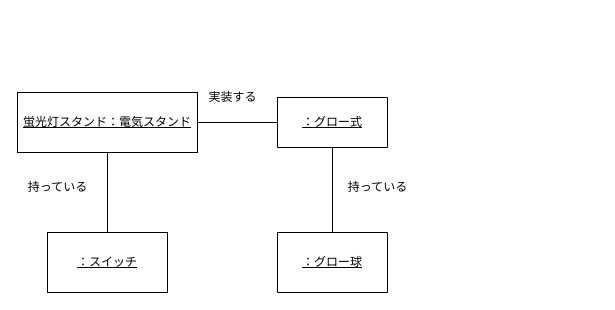
This is page "ページ2" (2 of 2) of Lesson09/Lesson9.drawio from ucsaeki/UML_chonyumon, a draw.io file, before an edit. Source tidied: cells renumbered, new cells numbered last; positions are measured from the earlier drawing's top-left corner, leaving out a move shared by most shapes. Both pictures are drawn from the tidied source at 100%, with x=0, y=0 at pixel (17, 82).
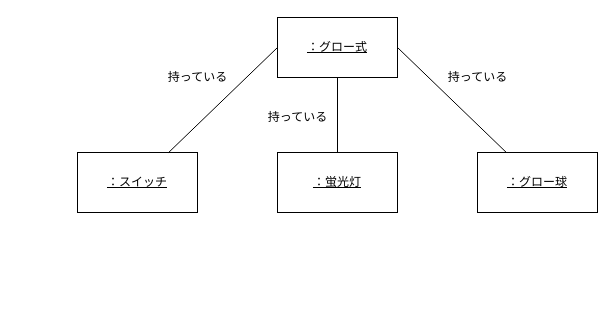
The same page after the edit.

Change to the diagram source:
```diff
@@
 <mxGraphModel>
   <root>
     <mxCell id="0" />
     <mxCell id="1" parent="0" />
-    <mxCell id="2" style="shape=table;startSize=0;childLayout=tableLayout;" parent="1" vertex="1">
-      <mxGeometry x="260" y="15" width="110" height="50" as="geometry" />
-    </mxCell>
-    <mxCell id="3" style="shape=tableRow;horizontal=0;startSize=0;swimlaneHead=0;swimlaneBody=0;strokeColor=inherit;top=0;left=0;bottom=0;right=0;fillColor=none;points=[[0,0.5],[1,0.5]];portConstraint=eastwest;fontStyle=4;" parent="2" vertex="1">
-      <mxGeometry width="110" height="50" as="geometry" />
-    </mxCell>
+    <mxCell id="9" value="持っている" style="text;html=1;align=center;verticalAlign=middle;strokeColor=none;fillColor=none;" parent="1" vertex="1">
+      <mxGeometry x="140" y="-20" width="80" height="30" as="geometry" />
+    </mxCell>
+    <mxCell id="13" value="持っている" style="text;html=1;align=center;verticalAlign=middle;strokeColor=none;fillColor=none;" parent="1" vertex="1">
+      <mxGeometry x="420" y="-20" width="80" height="30" as="geometry" />
+    </mxCell>
+    <mxCell id="15" value="&lt;u&gt;：スイッチ&lt;/u&gt;" style="rounded=0;whiteSpace=wrap;html=1;" parent="1" vertex="1">
+      <mxGeometry x="60" y="70" width="120" height="60" as="geometry" />
+    </mxCell>
+    <mxCell id="16" value="&lt;u&gt;：蛍光灯&lt;/u&gt;" style="rounded=0;whiteSpace=wrap;html=1;" parent="1" vertex="1">
+      <mxGeometry x="260" y="70" width="120" height="60" as="geometry" />
+    </mxCell>
+    <mxCell id="17" style="edgeStyle=orthogonalEdgeStyle;rounded=0;jettySize=auto;html=1;exitX=0.5;exitY=1;exitDx=0;exitDy=0;endArrow=none;endFill=0;" parent="1" edge="1" source="4" target="16">
+      <mxGeometry relative="1" as="geometry" />
+    </mxCell>
+    <mxCell id="18" style="rounded=0;jettySize=auto;html=1;exitX=0;exitY=0.5;exitDx=0;exitDy=0;endArrow=none;endFill=0;" parent="1" edge="1" source="4" target="15">
+      <mxGeometry relative="1" as="geometry" />
+    </mxCell>
+    <mxCell id="19" style="rounded=0;jettySize=auto;html=1;exitX=1;exitY=0.5;exitDx=0;exitDy=0;endArrow=none;endFill=0;" parent="1" edge="1" source="4" target="7">
+      <mxGeometry relative="1" as="geometry" />
+    </mxCell>
-    <mxCell id="4" value="：グロー式" style="shape=partialRectangle;html=1;whiteSpace=wrap;strokeColor=inherit;overflow=hidden;fillColor=none;top=0;left=0;bottom=0;right=0;fontStyle=4;" parent="3" vertex="1">
-      <mxGeometry width="110" height="50" as="geometry" />
+    <mxCell id="4" value="&lt;span style=&quot;text-decoration-line: underline;&quot;&gt;：グロー式&lt;/span&gt;" style="rounded=0;whiteSpace=wrap;html=1;" parent="1" vertex="1">
+      <mxGeometry x="260" y="-65" width="120" height="60" as="geometry" />
     </mxCell>
-    <mxCell id="5" style="shape=table;startSize=0;childLayout=tableLayout;" parent="1" vertex="1">
-      <mxGeometry x="260" y="150" width="110" height="60" as="geometry" />
-    </mxCell>
-    <mxCell id="6" style="shape=tableRow;horizontal=0;startSize=0;swimlaneHead=0;swimlaneBody=0;strokeColor=inherit;top=0;left=0;bottom=0;right=0;fillColor=none;points=[[0,0.5],[1,0.5]];portConstraint=eastwest;fontStyle=4;" parent="5" vertex="1">
-      <mxGeometry width="110" height="60" as="geometry" />
-    </mxCell>
-    <mxCell id="7" value="：グロー球" style="shape=partialRectangle;html=1;whiteSpace=wrap;strokeColor=inherit;overflow=hidden;fillColor=none;top=0;left=0;bottom=0;right=0;fontStyle=4;" parent="6" vertex="1">
-      <mxGeometry width="110" height="60" as="geometry" />
+    <mxCell id="7" value="&lt;span style=&quot;text-decoration-line: underline;&quot;&gt;：グロー球&lt;/span&gt;" style="rounded=0;whiteSpace=wrap;html=1;" parent="1" vertex="1">
+      <mxGeometry x="460" y="70" width="120" height="60" as="geometry" />
     </mxCell>
-    <mxCell id="8" value="実装する" style="text;html=1;align=center;verticalAlign=middle;strokeColor=none;fillColor=none;" parent="1" vertex="1">
-      <mxGeometry x="180" width="70" height="30" as="geometry" />
-    </mxCell>
-    <mxCell id="9" value="持っている" style="text;html=1;align=center;verticalAlign=middle;strokeColor=none;fillColor=none;" parent="1" vertex="1">
-      <mxGeometry y="90" width="80" height="30" as="geometry" />
-    </mxCell>
-    <mxCell id="10" style="edgeStyle=orthogonalEdgeStyle;rounded=0;jettySize=auto;html=1;exitX=1;exitY=0.5;exitDx=0;exitDy=0;endArrow=none;endFill=0;" parent="1" edge="1" source="12" target="3">
-      <mxGeometry relative="1" as="geometry" />
-    </mxCell>
-    <mxCell id="11" style="edgeStyle=orthogonalEdgeStyle;rounded=0;jettySize=auto;html=1;exitX=0.5;exitY=1;exitDx=0;exitDy=0;endArrow=none;endFill=0;" parent="1" edge="1" source="12" target="15">
-      <mxGeometry relative="1" as="geometry" />
-    </mxCell>
-    <mxCell id="12" value="&lt;u&gt;蛍光灯スタンド：電気スタンド&lt;/u&gt;" style="rounded=0;whiteSpace=wrap;html=1;" parent="1" vertex="1">
-      <mxGeometry y="10" width="180" height="60" as="geometry" />
-    </mxCell>
-    <mxCell id="13" value="持っている" style="text;html=1;align=center;verticalAlign=middle;strokeColor=none;fillColor=none;" parent="1" vertex="1">
-      <mxGeometry x="320" y="90" width="80" height="30" as="geometry" />
-    </mxCell>
-    <mxCell id="14" style="endArrow=none;html=1;rounded=0;endFill=0;" parent="1" edge="1" source="3" target="6">
-      <mxGeometry relative="1" as="geometry" />
-    </mxCell>
-    <mxCell id="15" value="&lt;u&gt;：スイッチ&lt;/u&gt;" style="rounded=0;whiteSpace=wrap;html=1;" parent="1" vertex="1">
-      <mxGeometry x="30" y="150" width="120" height="60" as="geometry" />
-    </mxCell>
+    <mxCell id="20" value="持っている" style="text;html=1;align=center;verticalAlign=middle;strokeColor=none;fillColor=none;" parent="1" vertex="1">
+      <mxGeometry x="240" y="20" width="80" height="30" as="geometry" />
+    </mxCell>
   </root>
 </mxGraphModel>
```
